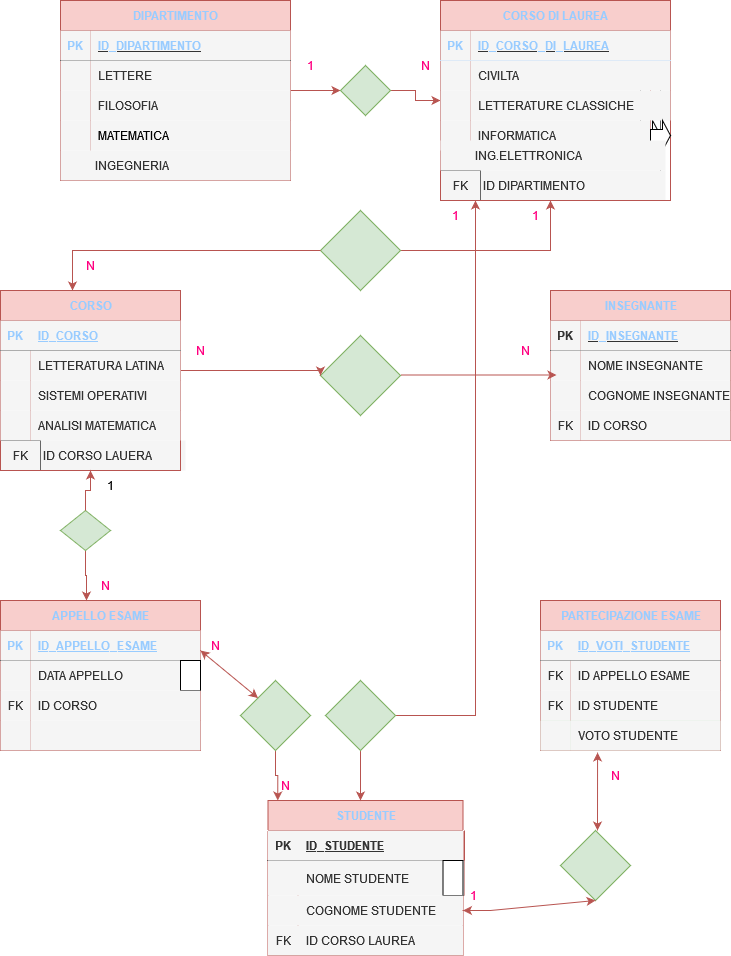
This is DB UNIVERSITY.drawio.png from Th4Dude/db-university, a draw.io export, as it was before one commit. Source tidied: cells renumbered, new cells last; positions are measured from the earlier drawing's top-left corner, leaving out a move shared by most shapes.
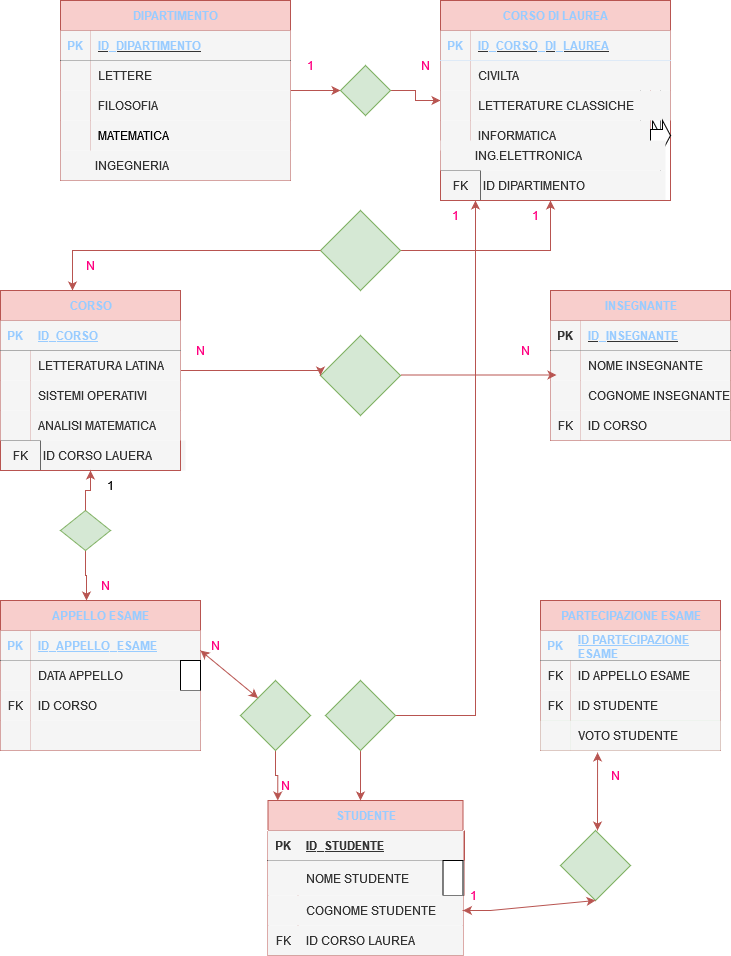
The same file after the commit.

The edit, as a diff of the source:
```diff
@@ -134,7 +134,7 @@
     <mxCell id="45" value="PK" style="shape=partialRectangle;fillColor=none;top=0;left=0;bottom=0;right=0;fontStyle=1;overflow=hidden;whiteSpace=wrap;html=1;fontColor=#99CCFF;" parent="44" vertex="1">
       <mxGeometry width="30" height="30" as="geometry" />
     </mxCell>
-    <mxCell id="46" value="ID_VOTI_STUDENTE" style="shape=partialRectangle;fillColor=none;top=0;left=0;bottom=0;right=0;align=left;spacingLeft=6;fontStyle=5;overflow=hidden;whiteSpace=wrap;html=1;fontColor=#99CCFF;" parent="44" vertex="1">
+    <mxCell id="46" value="ID PARTECIPAZIONE ESAME" style="shape=partialRectangle;fillColor=none;top=0;left=0;bottom=0;right=0;align=left;spacingLeft=6;fontStyle=5;overflow=hidden;whiteSpace=wrap;html=1;fontColor=#99CCFF;" parent="44" vertex="1">
       <mxGeometry x="30" width="150" height="30" as="geometry" />
     </mxCell>
     <mxCell id="47" style="shape=tableRow;horizontal=0;startSize=0;swimlaneHead=0;swimlaneBody=0;fillColor=none;top=0;left=0;right=0;bottom=0;" parent="43" vertex="1">
```
